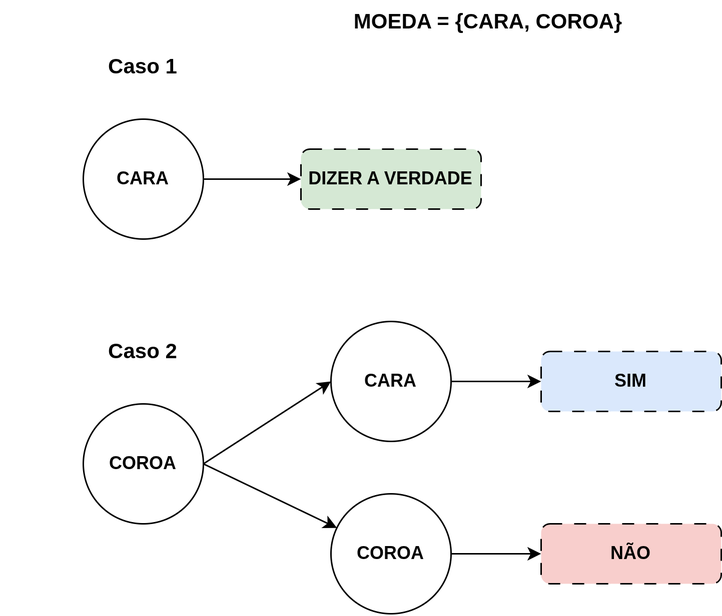
Above: images/moeda.png in iconoclasst/Privacidade_Diferencial (draw.io), before the change. Source tidied: cells renumbered, new cells last; positions are measured from the earlier drawing's top-left corner, leaving out a move shared by most shapes.
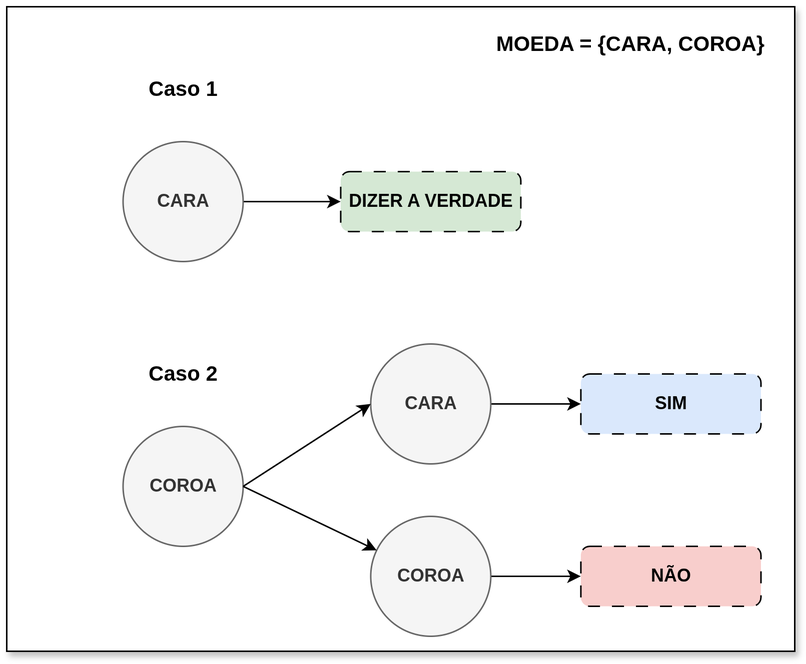
After the commit.

What changed in the source:
```diff
@@ -2,52 +2,55 @@
   <root>
     <mxCell id="0" />
     <mxCell id="1" parent="0" />
+    <mxCell id="17" style="rounded=0;whiteSpace=wrap;html=1;shadow=1;" parent="1" vertex="1">
+      <mxGeometry x="-22.5" y="-10" width="525" height="430" as="geometry" />
+    </mxCell>
     <mxCell id="2" value="&lt;font style=&quot;font-size: 14px;&quot;&gt;&lt;b&gt;MOEDA = {CARA, COROA}&lt;/b&gt;&lt;/font&gt;" style="text;html=1;whiteSpace=wrap;strokeColor=none;fillColor=none;align=center;verticalAlign=middle;rounded=0;" parent="1" vertex="1">
-      <mxGeometry x="230" width="190" height="30" as="geometry" />
+      <mxGeometry x="298" width="190" height="30" as="geometry" />
     </mxCell>
     <mxCell id="3" value="&lt;font style=&quot;font-size: 14px;&quot;&gt;&lt;b&gt;Caso 1&lt;/b&gt;&lt;/font&gt;" style="text;html=1;whiteSpace=wrap;strokeColor=none;fillColor=none;align=center;verticalAlign=middle;rounded=0;" parent="1" vertex="1">
       <mxGeometry y="30" width="190" height="30" as="geometry" />
     </mxCell>
-    <mxCell id="4" style="edgeStyle=orthogonalEdgeStyle;rounded=0;jettySize=auto;html=1;entryX=0;entryY=0.5;entryDx=0;entryDy=0;" parent="1" edge="1" source="5" target="6">
-      <mxGeometry relative="1" as="geometry" />
-    </mxCell>
-    <mxCell id="5" value="&lt;b&gt;CARA&lt;/b&gt;" style="ellipse;whiteSpace=wrap;html=1;" parent="1" vertex="1">
-      <mxGeometry x="55" y="80" width="80" height="80" as="geometry" />
-    </mxCell>
+    <mxCell id="18" style="edgeStyle=orthogonalEdgeStyle;rounded=0;jettySize=auto;html=1;entryX=0;entryY=0.5;entryDx=0;entryDy=0;" parent="1" edge="1" source="19" target="6">
+      <mxGeometry relative="1" as="geometry" />
+    </mxCell>
+    <mxCell id="19" value="&lt;b&gt;CARA&lt;/b&gt;" style="ellipse;whiteSpace=wrap;html=1;fillColor=#f5f5f5;fontColor=#333333;strokeColor=#666666;" parent="1" vertex="1">
+      <mxGeometry x="55" y="80" width="80" height="80" as="geometry" />
+    </mxCell>
     <mxCell id="6" value="&lt;b&gt;DIZER A VERDADE&lt;/b&gt;" style="rounded=1;whiteSpace=wrap;html=1;dashed=1;dashPattern=8 8;fillColor=#d5e8d4;strokeColor=#000000;" parent="1" vertex="1">
       <mxGeometry x="200" y="100" width="120" height="40" as="geometry" />
     </mxCell>
-    <mxCell id="7" value="&lt;b&gt;COROA&lt;/b&gt;" style="ellipse;whiteSpace=wrap;html=1;" parent="1" vertex="1">
-      <mxGeometry x="55" y="270" width="80" height="80" as="geometry" />
-    </mxCell>
+    <mxCell id="20" value="&lt;b&gt;COROA&lt;/b&gt;" style="ellipse;whiteSpace=wrap;html=1;fillColor=#f5f5f5;fontColor=#333333;strokeColor=#666666;" parent="1" vertex="1">
+      <mxGeometry x="55" y="270" width="80" height="80" as="geometry" />
+    </mxCell>
     <mxCell id="8" value="&lt;font style=&quot;font-size: 14px;&quot;&gt;&lt;b&gt;Caso 2&lt;/b&gt;&lt;/font&gt;" style="text;html=1;whiteSpace=wrap;strokeColor=none;fillColor=none;align=center;verticalAlign=middle;rounded=0;" parent="1" vertex="1">
       <mxGeometry y="220" width="190" height="30" as="geometry" />
     </mxCell>
-    <mxCell id="9" style="edgeStyle=orthogonalEdgeStyle;rounded=0;jettySize=auto;html=1;entryX=0;entryY=0.5;entryDx=0;entryDy=0;" parent="1" edge="1" source="10" target="14">
-      <mxGeometry relative="1" as="geometry" />
-    </mxCell>
-    <mxCell id="10" value="&lt;b&gt;COROA&lt;/b&gt;" style="ellipse;whiteSpace=wrap;html=1;" parent="1" vertex="1">
-      <mxGeometry x="220" y="330" width="80" height="80" as="geometry" />
-    </mxCell>
-    <mxCell id="11" style="edgeStyle=orthogonalEdgeStyle;rounded=0;jettySize=auto;html=1;entryX=0;entryY=0.5;entryDx=0;entryDy=0;" parent="1" edge="1" source="12" target="13">
-      <mxGeometry relative="1" as="geometry" />
-    </mxCell>
-    <mxCell id="12" value="&lt;b&gt;CARA&lt;/b&gt;" style="ellipse;whiteSpace=wrap;html=1;" parent="1" vertex="1">
-      <mxGeometry x="220" y="215" width="80" height="80" as="geometry" />
-    </mxCell>
+    <mxCell id="21" style="edgeStyle=orthogonalEdgeStyle;rounded=0;jettySize=auto;html=1;entryX=0;entryY=0.5;entryDx=0;entryDy=0;" parent="1" edge="1" source="22" target="14">
+      <mxGeometry relative="1" as="geometry" />
+    </mxCell>
+    <mxCell id="22" value="&lt;b&gt;COROA&lt;/b&gt;" style="ellipse;whiteSpace=wrap;html=1;fillColor=#f5f5f5;fontColor=#333333;strokeColor=#666666;" parent="1" vertex="1">
+      <mxGeometry x="220" y="330" width="80" height="80" as="geometry" />
+    </mxCell>
+    <mxCell id="23" style="edgeStyle=orthogonalEdgeStyle;rounded=0;jettySize=auto;html=1;entryX=0;entryY=0.5;entryDx=0;entryDy=0;" parent="1" edge="1" source="24" target="13">
+      <mxGeometry relative="1" as="geometry" />
+    </mxCell>
+    <mxCell id="24" value="&lt;b&gt;CARA&lt;/b&gt;" style="ellipse;whiteSpace=wrap;html=1;fillColor=#f5f5f5;fontColor=#333333;strokeColor=#666666;" parent="1" vertex="1">
+      <mxGeometry x="220" y="215" width="80" height="80" as="geometry" />
+    </mxCell>
     <mxCell id="13" value="&lt;b&gt;SIM&lt;/b&gt;" style="rounded=1;whiteSpace=wrap;html=1;dashed=1;dashPattern=8 8;fillColor=#dae8fc;strokeColor=#000000;" parent="1" vertex="1">
       <mxGeometry x="360" y="235" width="120" height="40" as="geometry" />
     </mxCell>
     <mxCell id="14" value="&lt;b&gt;NÃO&lt;/b&gt;" style="rounded=1;whiteSpace=wrap;html=1;dashed=1;dashPattern=8 8;fillColor=#f8cecc;strokeColor=#000000;" parent="1" vertex="1">
       <mxGeometry x="360" y="350" width="120" height="40" as="geometry" />
     </mxCell>
-    <mxCell id="15" style="endArrow=classic;html=1;rounded=0;entryX=0;entryY=0.5;entryDx=0;entryDy=0;" parent="1" edge="1" target="12">
-      <mxGeometry relative="1" as="geometry">
-        <mxPoint x="135" y="310" as="sourcePoint" />
-      </mxGeometry>
-    </mxCell>
-    <mxCell id="16" style="endArrow=classic;html=1;rounded=0;exitX=1;exitY=0.5;exitDx=0;exitDy=0;" parent="1" edge="1" source="7" target="10">
-      <mxGeometry relative="1" as="geometry" />
-    </mxCell>
+    <mxCell id="25" style="endArrow=classic;html=1;rounded=0;entryX=0;entryY=0.5;entryDx=0;entryDy=0;" parent="1" edge="1" target="24">
+      <mxGeometry relative="1" as="geometry">
+        <mxPoint x="135" y="310" as="sourcePoint" />
+      </mxGeometry>
+    </mxCell>
+    <mxCell id="26" style="endArrow=classic;html=1;rounded=0;exitX=1;exitY=0.5;exitDx=0;exitDy=0;" parent="1" edge="1" source="20" target="22">
+      <mxGeometry relative="1" as="geometry" />
+    </mxCell>
   </root>
 </mxGraphModel>
```
